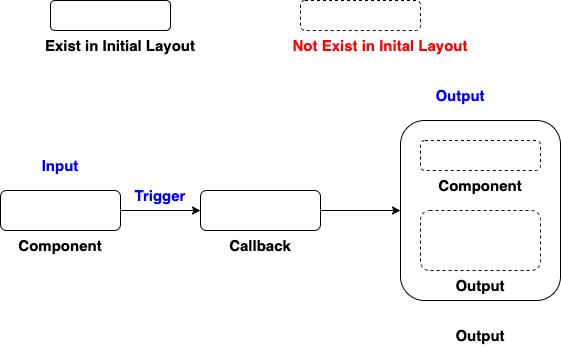
Above: Python3/Ipywedgets/img/Voila_3.png in lin-chen-DLA/lin-chen-DLA.github.io (draw.io), before the change. Source tidied: cells renumbered, new cells last; positions are measured from the earlier drawing's top-left corner, leaving out a move shared by most shapes. Source of this version:
```xml
<mxGraphModel>
  <root>
    <mxCell id="0" />
    <mxCell id="1" parent="0" />
    <mxCell id="2" style="edgeStyle=orthogonalEdgeStyle;rounded=0;jettySize=auto;html=1;fontSize=15;fontColor=#0000FF;" parent="1" edge="1" source="3" target="6">
      <mxGeometry relative="1" as="geometry" />
    </mxCell>
    <mxCell id="3" style="rounded=1;whiteSpace=wrap;html=1;" parent="1" vertex="1">
      <mxGeometry y="190" width="120" height="40" as="geometry" />
    </mxCell>
    <mxCell id="4" value="&lt;b&gt;&lt;font style=&quot;font-size: 15px&quot;&gt;Component&lt;/font&gt;&lt;/b&gt;" style="text;html=1;strokeColor=none;fillColor=none;align=center;verticalAlign=middle;whiteSpace=wrap;rounded=0;" parent="1" vertex="1">
      <mxGeometry x="30" y="230" width="60" height="30" as="geometry" />
    </mxCell>
    <mxCell id="5" style="edgeStyle=orthogonalEdgeStyle;rounded=0;jettySize=auto;html=1;entryX=0;entryY=0.5;entryDx=0;entryDy=0;" parent="1" edge="1" source="6" target="7">
      <mxGeometry relative="1" as="geometry" />
    </mxCell>
    <mxCell id="6" style="rounded=1;whiteSpace=wrap;html=1;" parent="1" vertex="1">
      <mxGeometry x="200" y="190" width="120" height="40" as="geometry" />
    </mxCell>
    <mxCell id="7" style="rounded=1;whiteSpace=wrap;html=1;" parent="1" vertex="1">
      <mxGeometry x="400" y="120" width="160" height="180" as="geometry" />
    </mxCell>
    <mxCell id="8" value="&lt;b&gt;&lt;font style=&quot;font-size: 15px&quot;&gt;Callback&lt;/font&gt;&lt;/b&gt;" style="text;html=1;strokeColor=none;fillColor=none;align=center;verticalAlign=middle;whiteSpace=wrap;rounded=0;" parent="1" vertex="1">
      <mxGeometry x="230" y="230" width="60" height="30" as="geometry" />
    </mxCell>
    <mxCell id="9" value="&lt;b&gt;&lt;font style=&quot;font-size: 15px&quot;&gt;Output&lt;/font&gt;&lt;/b&gt;" style="text;html=1;strokeColor=none;fillColor=none;align=center;verticalAlign=middle;whiteSpace=wrap;rounded=0;" parent="1" vertex="1">
      <mxGeometry x="450" y="320" width="60" height="30" as="geometry" />
    </mxCell>
    <mxCell id="10" value="&lt;b&gt;&lt;font style=&quot;font-size: 15px&quot; color=&quot;#0000ff&quot;&gt;Input&lt;/font&gt;&lt;/b&gt;" style="text;html=1;strokeColor=none;fillColor=none;align=center;verticalAlign=middle;whiteSpace=wrap;rounded=0;" parent="1" vertex="1">
      <mxGeometry x="30" y="150" width="60" height="30" as="geometry" />
    </mxCell>
    <mxCell id="11" value="&lt;b&gt;&lt;font style=&quot;font-size: 15px&quot; color=&quot;#0000ff&quot;&gt;Output&lt;/font&gt;&lt;/b&gt;" style="text;html=1;strokeColor=none;fillColor=none;align=center;verticalAlign=middle;whiteSpace=wrap;rounded=0;" parent="1" vertex="1">
      <mxGeometry x="430" y="80" width="60" height="30" as="geometry" />
    </mxCell>
    <mxCell id="12" value="&lt;b&gt;&lt;font style=&quot;font-size: 15px&quot; color=&quot;#0000ff&quot;&gt;Trigger&lt;/font&gt;&lt;/b&gt;" style="text;html=1;strokeColor=none;fillColor=none;align=center;verticalAlign=middle;whiteSpace=wrap;rounded=0;" parent="1" vertex="1">
      <mxGeometry x="130" y="180" width="60" height="30" as="geometry" />
    </mxCell>
    <mxCell id="13" style="rounded=1;whiteSpace=wrap;html=1;dashed=1;" parent="1" vertex="1">
      <mxGeometry x="420" y="140" width="120" height="30" as="geometry" />
    </mxCell>
    <mxCell id="14" style="rounded=1;whiteSpace=wrap;html=1;dashed=1;" parent="1" vertex="1">
      <mxGeometry x="420" y="210" width="120" height="60" as="geometry" />
    </mxCell>
    <mxCell id="15" value="&lt;b&gt;&lt;font style=&quot;font-size: 15px&quot;&gt;Component&lt;/font&gt;&lt;/b&gt;" style="text;html=1;strokeColor=none;fillColor=none;align=center;verticalAlign=middle;whiteSpace=wrap;rounded=0;" parent="1" vertex="1">
      <mxGeometry x="450" y="170" width="60" height="30" as="geometry" />
    </mxCell>
    <mxCell id="16" value="&lt;b&gt;&lt;font style=&quot;font-size: 15px&quot;&gt;Output&lt;/font&gt;&lt;/b&gt;" style="text;html=1;strokeColor=none;fillColor=none;align=center;verticalAlign=middle;whiteSpace=wrap;rounded=0;" parent="1" vertex="1">
      <mxGeometry x="450" y="270" width="60" height="30" as="geometry" />
    </mxCell>
    <mxCell id="17" style="rounded=1;whiteSpace=wrap;html=1;dashed=1;" parent="1" vertex="1">
      <mxGeometry x="300" width="120" height="30" as="geometry" />
    </mxCell>
    <mxCell id="18" value="&lt;b&gt;&lt;font style=&quot;font-size: 15px&quot; color=&quot;#ff0000&quot;&gt;Not Exist in Inital Layout&lt;/font&gt;&lt;/b&gt;" style="text;html=1;strokeColor=none;fillColor=none;align=center;verticalAlign=middle;whiteSpace=wrap;rounded=0;" parent="1" vertex="1">
      <mxGeometry x="290" y="30" width="180" height="30" as="geometry" />
    </mxCell>
    <mxCell id="19" style="rounded=1;whiteSpace=wrap;html=1;" parent="1" vertex="1">
      <mxGeometry x="50" width="120" height="30" as="geometry" />
    </mxCell>
    <mxCell id="20" value="&lt;b&gt;&lt;font style=&quot;font-size: 15px&quot;&gt;Exist in Initial Layout&lt;/font&gt;&lt;/b&gt;" style="text;html=1;strokeColor=none;fillColor=none;align=center;verticalAlign=middle;whiteSpace=wrap;rounded=0;" parent="1" vertex="1">
      <mxGeometry x="30" y="30" width="180" height="30" as="geometry" />
    </mxCell>
  </root>
</mxGraphModel>
```
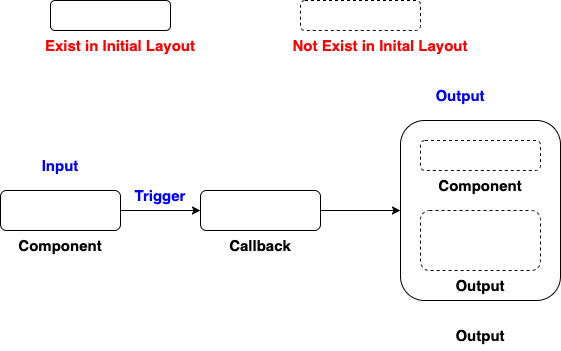
Above is the later version.

Change to the diagram source:
```diff
@@ -56,7 +56,7 @@
     <mxCell id="19" style="rounded=1;whiteSpace=wrap;html=1;" parent="1" vertex="1">
       <mxGeometry x="50" width="120" height="30" as="geometry" />
     </mxCell>
-    <mxCell id="20" value="&lt;b&gt;&lt;font style=&quot;font-size: 15px&quot;&gt;Exist in Initial Layout&lt;/font&gt;&lt;/b&gt;" style="text;html=1;strokeColor=none;fillColor=none;align=center;verticalAlign=middle;whiteSpace=wrap;rounded=0;" parent="1" vertex="1">
+    <mxCell id="20" value="&lt;b&gt;&lt;font style=&quot;font-size: 15px&quot; color=&quot;#ff0000&quot;&gt;Exist in Initial Layout&lt;/font&gt;&lt;/b&gt;" style="text;html=1;strokeColor=none;fillColor=none;align=center;verticalAlign=middle;whiteSpace=wrap;rounded=0;" parent="1" vertex="1">
       <mxGeometry x="30" y="30" width="180" height="30" as="geometry" />
     </mxCell>
   </root>
```
